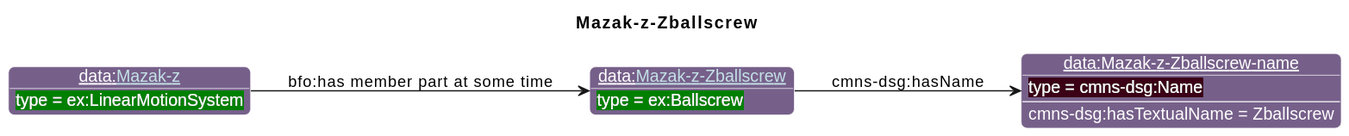
Above: diagrams/Mazak-z-Zballscrew.svg in iofoundry/example-syseng-mtconnect (PlantUML), before the change.
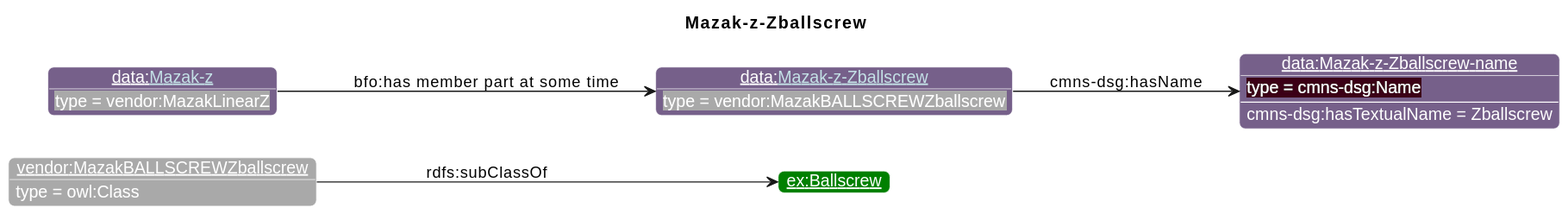
The same file after the commit.

Change to the diagram source:
```diff
@@ -19,10 +19,13 @@
                       "ns1":"76608A",
 "ex":"Green","data":"76608A","core":"000000","units":"8A2D3B","qp":"641B2E","cmns-dsg":"3A0519"
 }
-individual(o1, data:[[./Mazak-z-Zballscrew.html Mazak-z-Zballscrew]], ex:Ballscrew)
-individual(o2, data:Mazak-z-Zballscrew-name, cmns-dsg:Name)
-individual(o3, data:[[./Mazak-z.html Mazak-z]], ex:LinearMotionSystem)
-property(o1, cmns-dsg:hasName, o2)
-data(o2, cmns-dsg:hasTextualName, Zballscrew)
-property(o3, "bfo:has member part at some time", o1)
+individual(o1, vendor:MazakBALLSCREWZballscrew, owl:Class)
+individual(o2, ex:Ballscrew)
+individual(o3, data:[[./Mazak-z-Zballscrew.html Mazak-z-Zballscrew]], vendor:MazakBALLSCREWZballscrew)
+individual(o4, data:Mazak-z-Zballscrew-name, cmns-dsg:Name)
+individual(o5, data:[[./Mazak-z.html Mazak-z]], vendor:MazakLinearZ)
+property(o1, rdfs:subClassOf, o2)
+property(o3, cmns-dsg:hasName, o4)
+data(o4, cmns-dsg:hasTextualName, Zballscrew)
+property(o5, "bfo:has member part at some time", o3)
 @enduml
```
